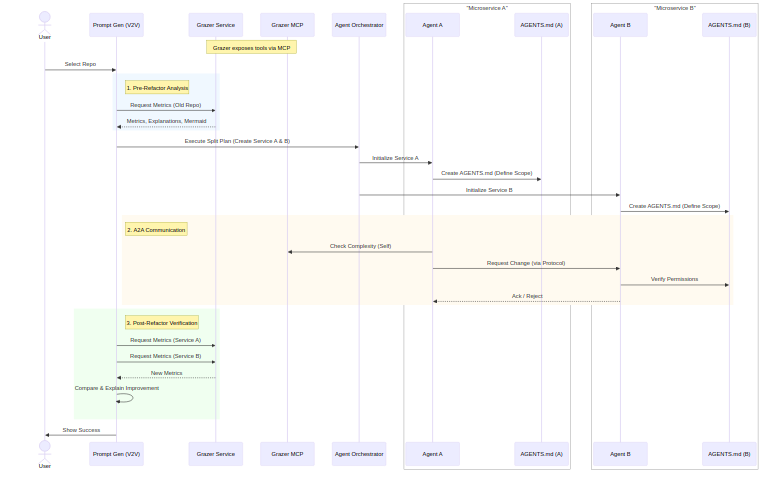
Above: diagrams/workflow.png in kirilligum/vibe2vibe-hackathon-251206 (Mermaid), before the change. Its source is kept beside it as diagrams/workflow.mmd.
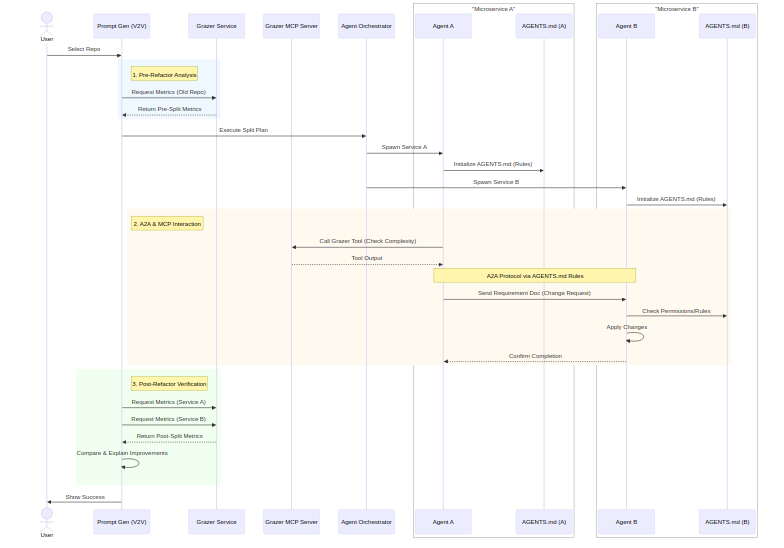
Later version of the same file.

Commit message:
docs: Update architecture and workflow diagrams

The edit, as a diff of the source:
```diff
@@ -2,7 +2,7 @@
     actor User
     participant PG as Prompt Gen (V2V)
     participant Grazer as Grazer Service
-    participant GrazerMCP as Grazer MCP
+    participant MCP as Grazer MCP Server
     participant AgentOrch as Agent Orchestrator
 
     box "Microservice A" #eef
@@ -15,36 +15,38 @@
         participant ConfigB as AGENTS.md (B)
     end
 
-    note over Grazer, GrazerMCP: Grazer exposes tools via MCP
-
     User->>PG: Select Repo
 
     rect rgb(240, 248, 255)
         note right of PG: 1. Pre-Refactor Analysis
         PG->>Grazer: Request Metrics (Old Repo)
-        Grazer-->>PG: Metrics, Explanations, Mermaid
+        Grazer-->>PG: Return Pre-Split Metrics
     end
 
-    PG->>AgentOrch: Execute Split Plan (Create Service A & B)
-    AgentOrch->>AgentA: Initialize Service A
-    AgentA->>ConfigA: Create AGENTS.md (Define Scope)
-    AgentOrch->>AgentB: Initialize Service B
-    AgentB->>ConfigB: Create AGENTS.md (Define Scope)
+    PG->>AgentOrch: Execute Split Plan
+    AgentOrch->>AgentA: Spawn Service A
+    AgentA->>ConfigA: Initialize AGENTS.md (Rules)
+    AgentOrch->>AgentB: Spawn Service B
+    AgentB->>ConfigB: Initialize AGENTS.md (Rules)
 
     rect rgb(255, 250, 240)
-        note right of PG: 2. A2A Communication
-        AgentA->>GrazerMCP: Check Complexity (Self)
-        AgentA->>AgentB: Request Change (via Protocol)
-        AgentB->>ConfigB: Verify Permissions
-        AgentB-->>AgentA: Ack / Reject
+        note right of PG: 2. A2A & MCP Interaction
+        AgentA->>MCP: Call Grazer Tool (Check Complexity)
+        MCP-->>AgentA: Tool Output
+
+        note over AgentA, AgentB: A2A Protocol via AGENTS.md Rules
+        AgentA->>AgentB: Send Requirement Doc (Change Request)
+        AgentB->>ConfigB: Check Permissions/Rules
+        AgentB->>AgentB: Apply Changes
+        AgentB-->>AgentA: Confirm Completion
     end
 
     rect rgb(240, 255, 240)
         note right of PG: 3. Post-Refactor Verification
         PG->>Grazer: Request Metrics (Service A)
         PG->>Grazer: Request Metrics (Service B)
-        Grazer-->>PG: New Metrics
-        PG->>PG: Compare & Explain Improvement
+        Grazer-->>PG: Return Post-Split Metrics
+        PG->>PG: Compare & Explain Improvements
     end
 
     PG->>User: Show Success
```
